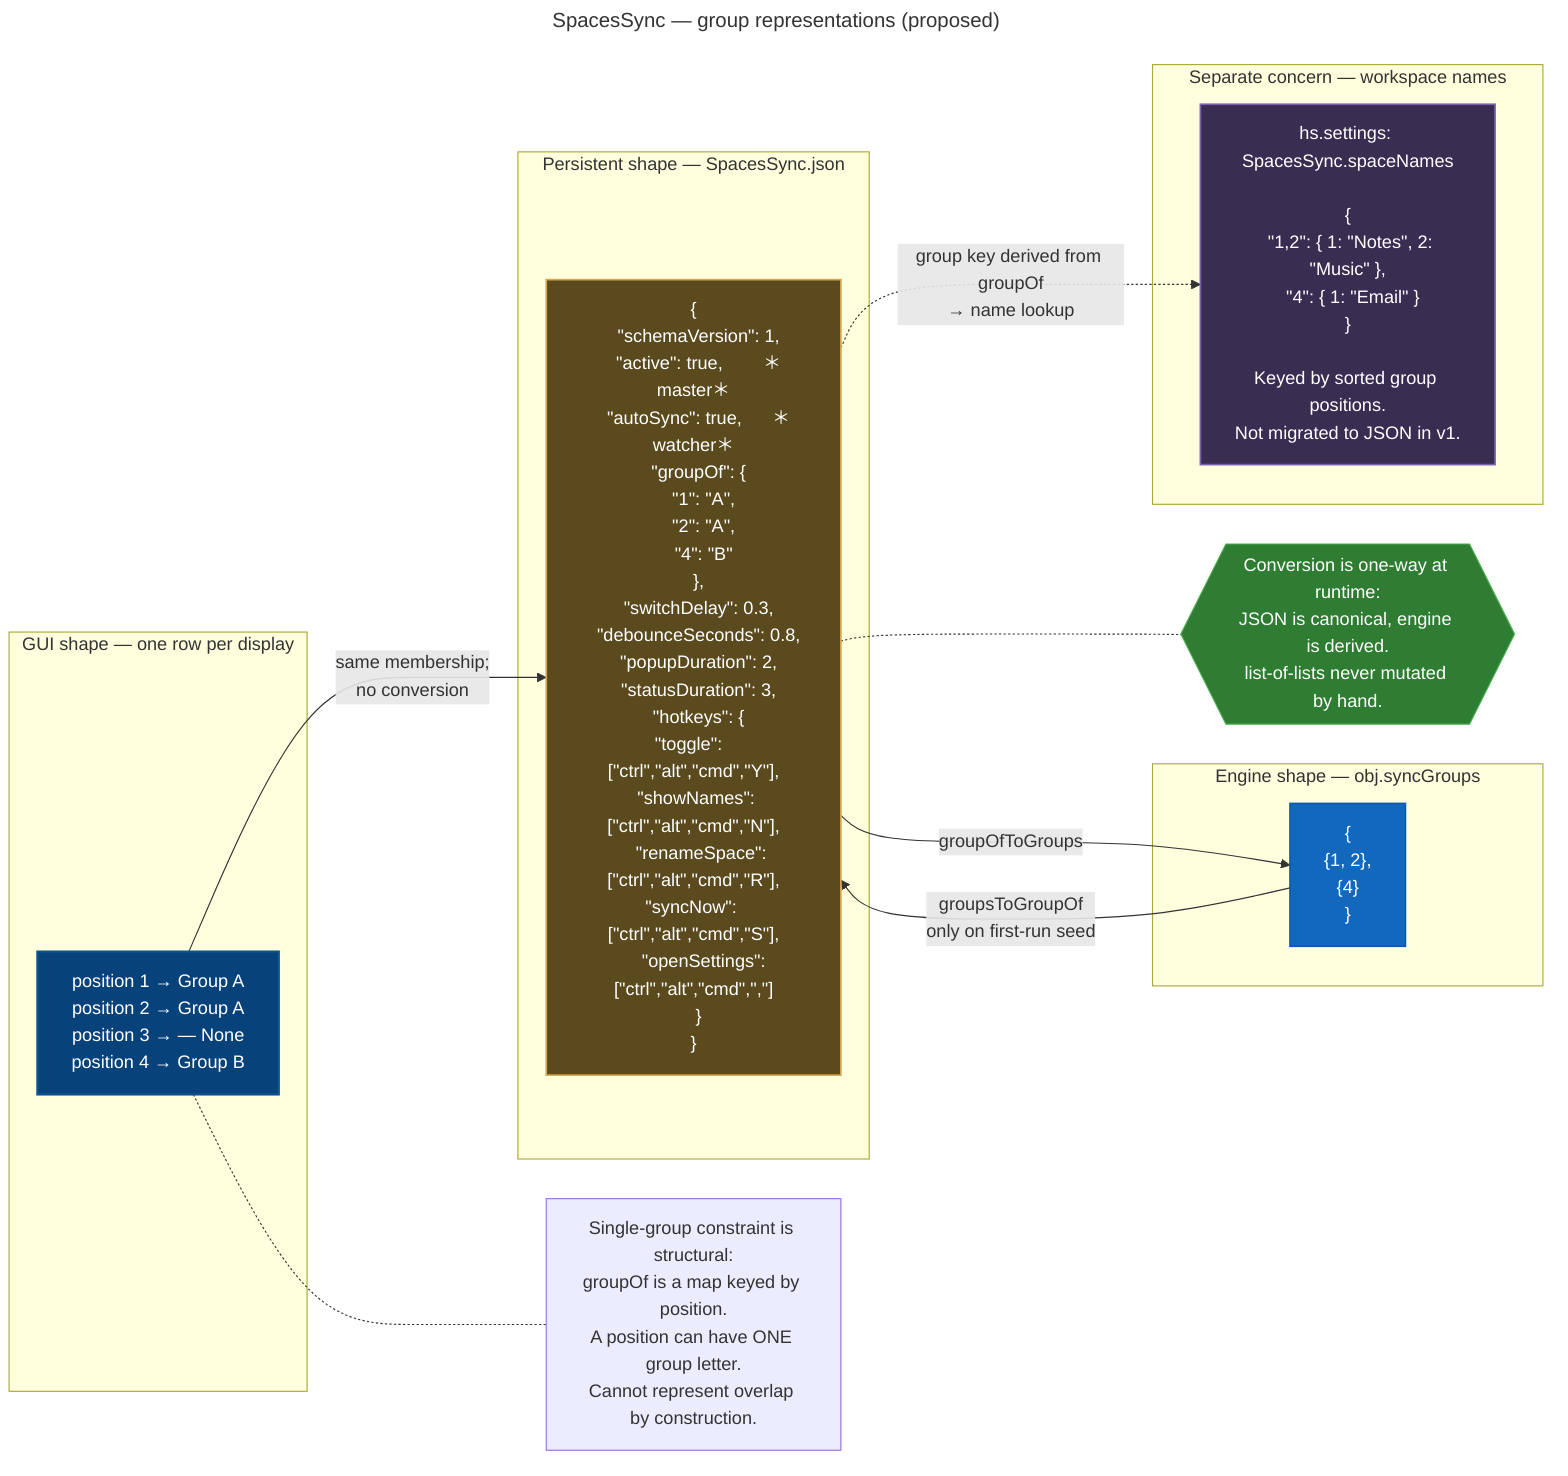
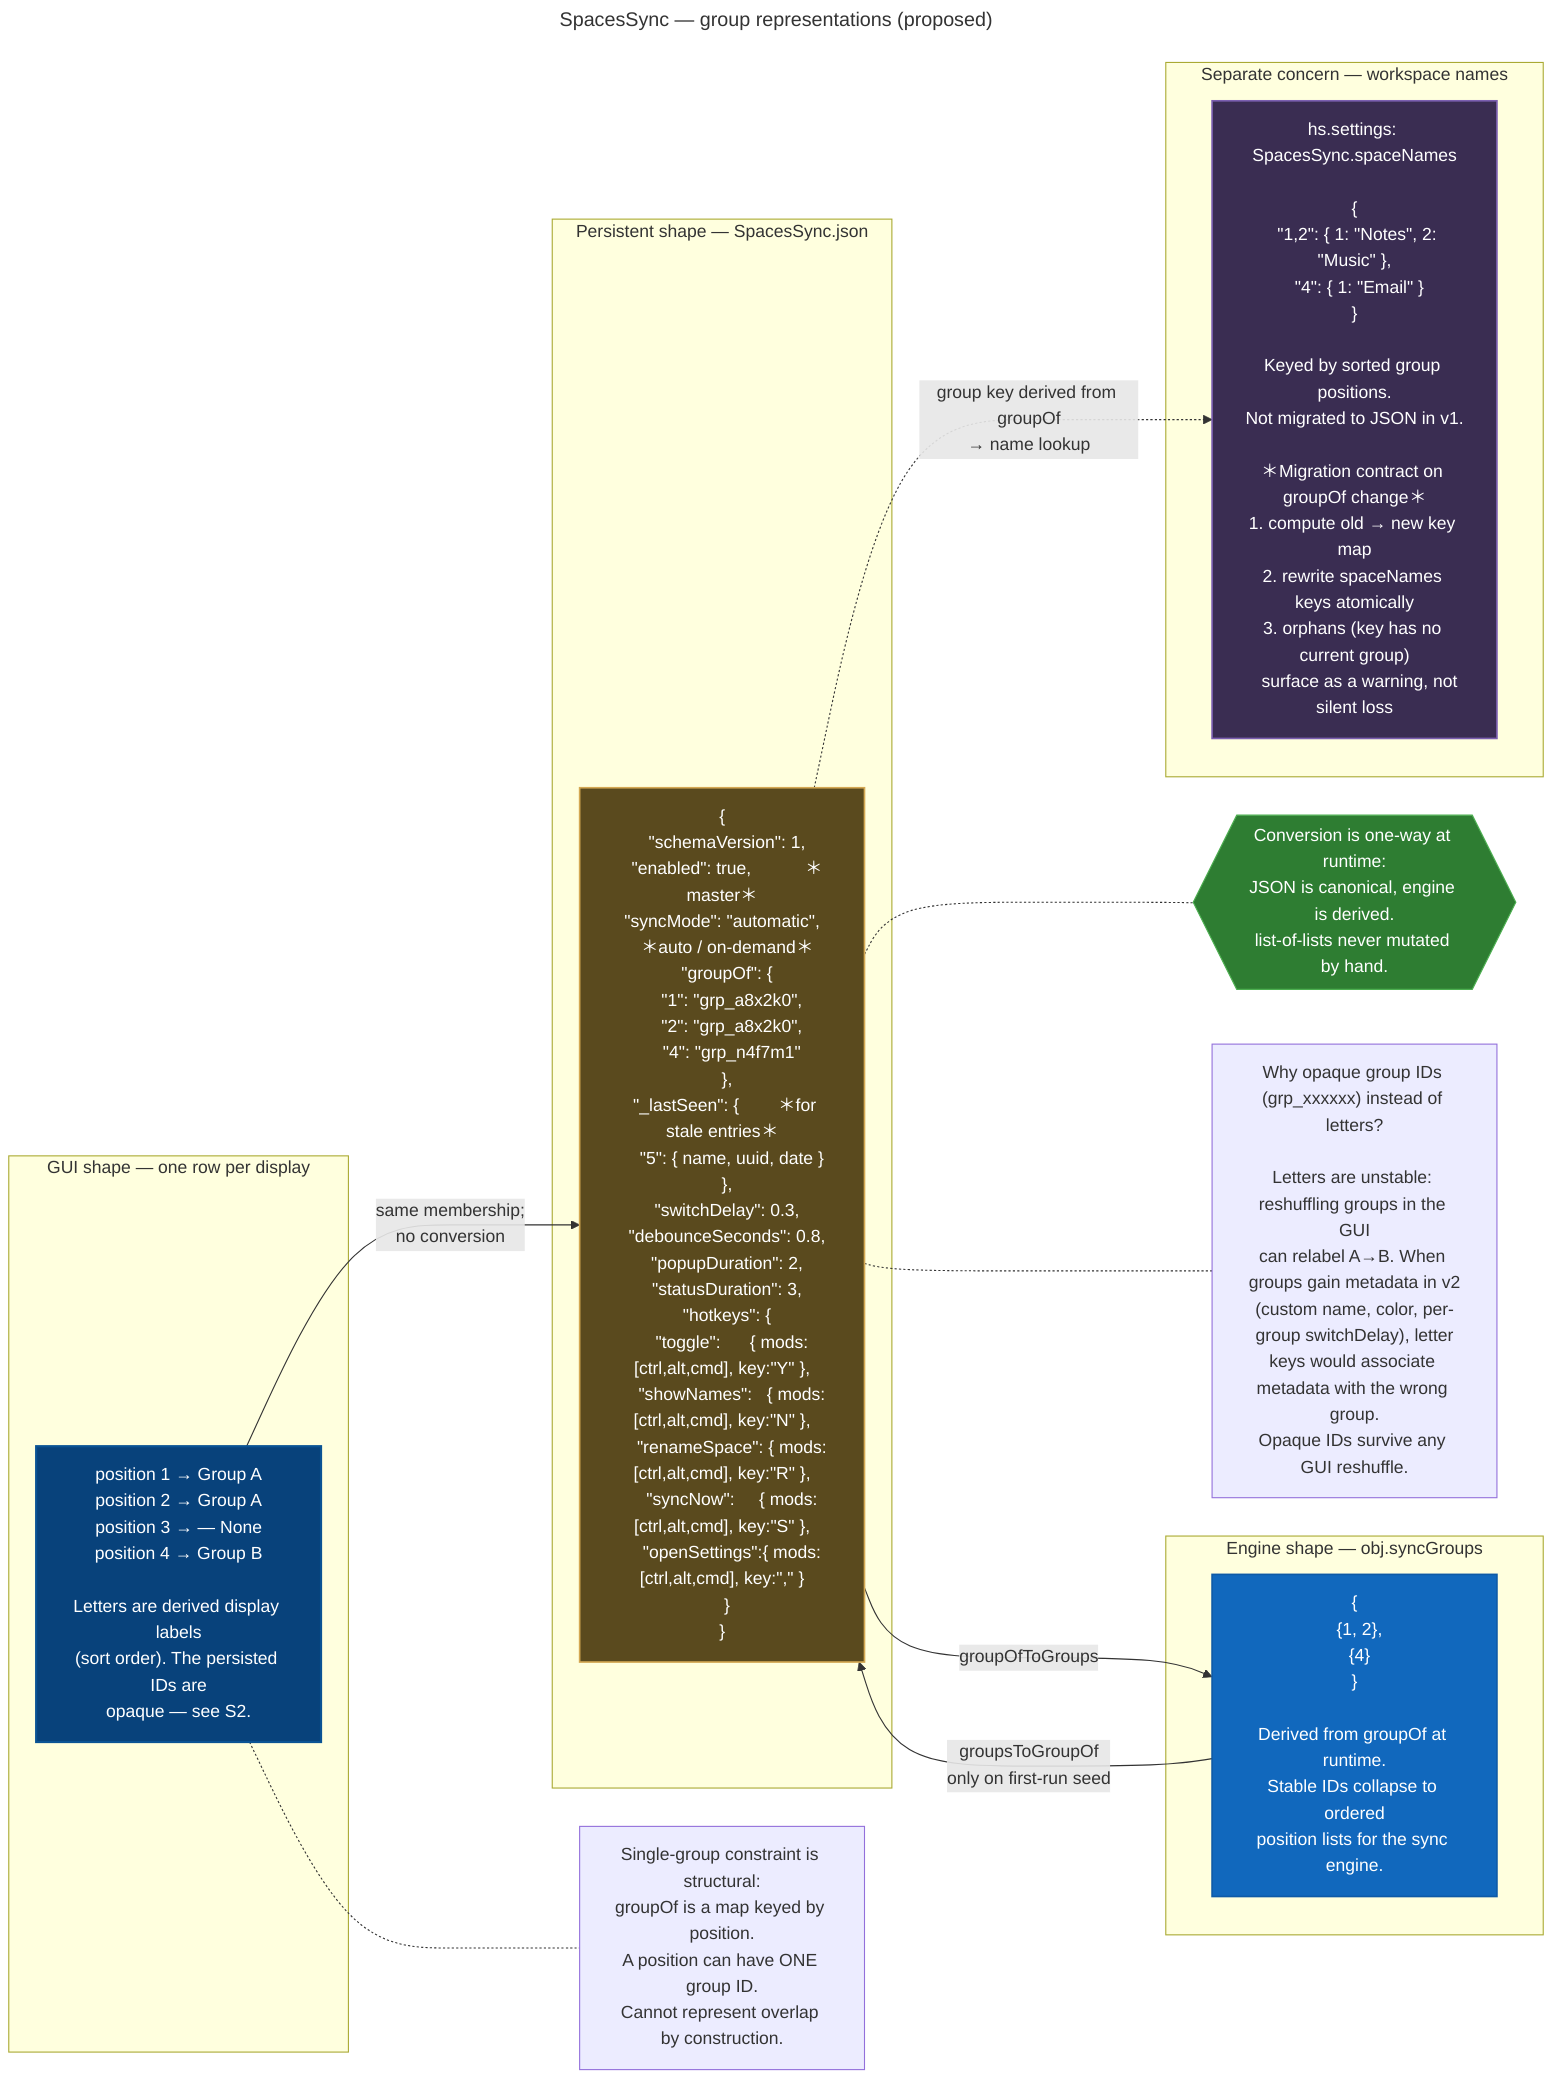
---
title: SpacesSync — group representations (proposed)
---
flowchart LR
    classDef ui fill:#08427b,stroke:#0a5394,color:#fff,stroke-width:2px
    classDef stored fill:#5a4a1e,stroke:#d4a853,color:#fff,stroke-width:1.5px
    classDef runtime fill:#1168bd,stroke:#0e5aa7,color:#fff,stroke-width:1.5px
    classDef separate fill:#3a2d52,stroke:#7b5fb0,color:#fff,stroke-width:1.5px
    classDef conv fill:#2e7d32,stroke:#4caf50,color:#fff

    subgraph S1 [GUI shape — one row per display]
-         UI["position 1 → Group A<br/>position 2 → Group A<br/>position 3 → — None<br/>position 4 → Group B"]:::ui
+         UI["position 1 → Group A<br/>position 2 → Group A<br/>position 3 → — None<br/>position 4 → Group B<br/><br/>Letters are derived display labels<br/>(sort order). The persisted IDs are<br/>opaque — see S2."]:::ui
    end

    subgraph S2 [Persistent shape — SpacesSync.json]
-         JSON["{<br/>  &quot;schemaVersion&quot;: 1,<br/>  &quot;active&quot;: true,        ＊master＊<br/>  &quot;autoSync&quot;: true,      ＊watcher＊<br/>  &quot;groupOf&quot;: {<br/>    &quot;1&quot;: &quot;A&quot;,<br/>    &quot;2&quot;: &quot;A&quot;,<br/>    &quot;4&quot;: &quot;B&quot;<br/>  },<br/>  &quot;switchDelay&quot;: 0.3,<br/>  &quot;debounceSeconds&quot;: 0.8,<br/>  &quot;popupDuration&quot;: 2,<br/>  &quot;statusDuration&quot;: 3,<br/>  &quot;hotkeys&quot;: {<br/>    &quot;toggle&quot;:      [&quot;ctrl&quot;,&quot;alt&quot;,&quot;cmd&quot;,&quot;Y&quot;],<br/>    &quot;showNames&quot;:   [&quot;ctrl&quot;,&quot;alt&quot;,&quot;cmd&quot;,&quot;N&quot;],<br/>    &quot;renameSpace&quot;: [&quot;ctrl&quot;,&quot;alt&quot;,&quot;cmd&quot;,&quot;R&quot;],<br/>    &quot;syncNow&quot;:     [&quot;ctrl&quot;,&quot;alt&quot;,&quot;cmd&quot;,&quot;S&quot;],<br/>    &quot;openSettings&quot;:[&quot;ctrl&quot;,&quot;alt&quot;,&quot;cmd&quot;,&quot;,&quot;]<br/>  }<br/>}"]:::stored
+         JSON["{<br/>  &quot;schemaVersion&quot;: 1,<br/>  &quot;enabled&quot;: true,           ＊master＊<br/>  &quot;syncMode&quot;: &quot;automatic&quot;,    ＊auto / on-demand＊<br/>  &quot;groupOf&quot;: {<br/>    &quot;1&quot;: &quot;grp_a8x2k0&quot;,<br/>    &quot;2&quot;: &quot;grp_a8x2k0&quot;,<br/>    &quot;4&quot;: &quot;grp_n4f7m1&quot;<br/>  },<br/>  &quot;_lastSeen&quot;: {        ＊for stale entries＊<br/>    &quot;5&quot;: { name, uuid, date }<br/>  },<br/>  &quot;switchDelay&quot;: 0.3,<br/>  &quot;debounceSeconds&quot;: 0.8,<br/>  &quot;popupDuration&quot;: 2,<br/>  &quot;statusDuration&quot;: 3,<br/>  &quot;hotkeys&quot;: {<br/>    &quot;toggle&quot;:      { mods:[ctrl,alt,cmd], key:&quot;Y&quot; },<br/>    &quot;showNames&quot;:   { mods:[ctrl,alt,cmd], key:&quot;N&quot; },<br/>    &quot;renameSpace&quot;: { mods:[ctrl,alt,cmd], key:&quot;R&quot; },<br/>    &quot;syncNow&quot;:     { mods:[ctrl,alt,cmd], key:&quot;S&quot; },<br/>    &quot;openSettings&quot;:{ mods:[ctrl,alt,cmd], key:&quot;,&quot; }<br/>  }<br/>}"]:::stored
    end

    subgraph S3 [Engine shape — obj.syncGroups]
-         ENG["{<br/>  {1, 2},<br/>  {4}<br/>}"]:::runtime
+         ENG["{<br/>  {1, 2},<br/>  {4}<br/>}<br/><br/>Derived from groupOf at runtime.<br/>Stable IDs collapse to ordered<br/>position lists for the sync engine."]:::runtime
    end

    UI -->|same membership;<br/>no conversion| JSON
    JSON -->|groupOfToGroups| ENG
    ENG -->|groupsToGroupOf<br/>only on first-run seed| JSON

    Conv1{{"Conversion is one-way at runtime:<br/>JSON is canonical, engine is derived.<br/>list-of-lists never mutated by hand."}}:::conv

    JSON -.- Conv1

    %% Constraint annotation
-     Note1["Single-group constraint is structural:<br/>groupOf is a map keyed by position.<br/>A position can have ONE group letter.<br/>Cannot represent overlap by construction."]
+     Note1["Single-group constraint is structural:<br/>groupOf is a map keyed by position.<br/>A position can have ONE group ID.<br/>Cannot represent overlap by construction."]
    UI -.- Note1

-     %% Independent concern
+     %% Why opaque IDs, not letters
+     Note2["Why opaque group IDs (grp_xxxxxx) instead of letters?<br/><br/>Letters are unstable: reshuffling groups in the GUI<br/>can relabel A→B. When groups gain metadata in v2<br/>(custom name, color, per-group switchDelay), letter<br/>keys would associate metadata with the wrong group.<br/>Opaque IDs survive any GUI reshuffle."]
+     JSON -.- Note2
+ 
+     %% Independent concern, with explicit migration policy
    subgraph S4 [Separate concern — workspace names]
-         Names["hs.settings: SpacesSync.spaceNames<br/><br/>{<br/>  &quot;1,2&quot;: { 1: &quot;Notes&quot;, 2: &quot;Music&quot; },<br/>  &quot;4&quot;: { 1: &quot;Email&quot; }<br/>}<br/><br/>Keyed by sorted group positions.<br/>Not migrated to JSON in v1."]:::separate
+         Names["hs.settings: SpacesSync.spaceNames<br/><br/>{<br/>  &quot;1,2&quot;: { 1: &quot;Notes&quot;, 2: &quot;Music&quot; },<br/>  &quot;4&quot;: { 1: &quot;Email&quot; }<br/>}<br/><br/>Keyed by sorted group positions.<br/>Not migrated to JSON in v1.<br/><br/>＊Migration contract on groupOf change＊<br/>1. compute old → new key map<br/>2. rewrite spaceNames keys atomically<br/>3. orphans (key has no current group)<br/>   surface as a warning, not silent loss"]:::separate
    end

    JSON -.->|group key derived from groupOf<br/>→ name lookup| Names
